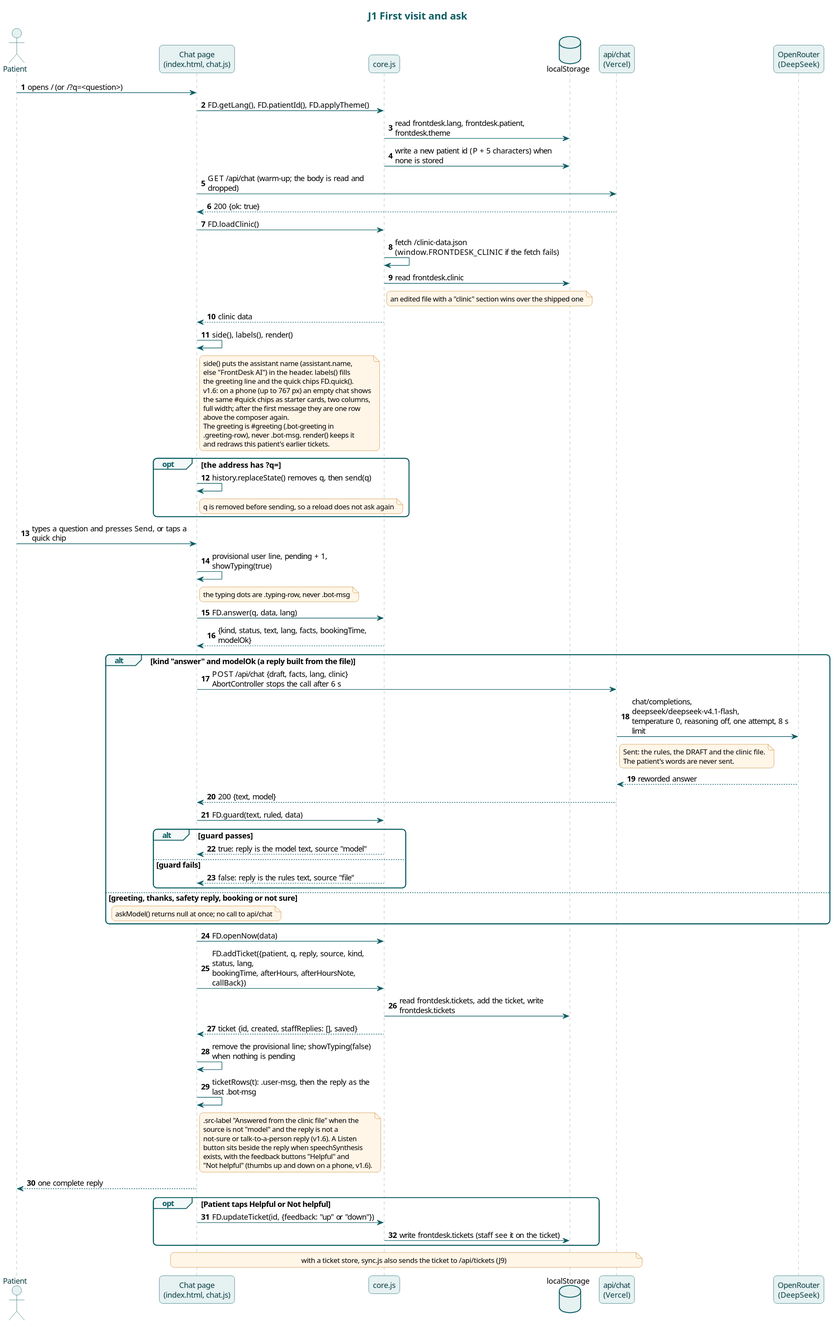
Above: docs/diagrams/j1-first-visit-and-ask.svg in karwasanjay007/frontdesk-ai-docs (PlantUML), before the change.
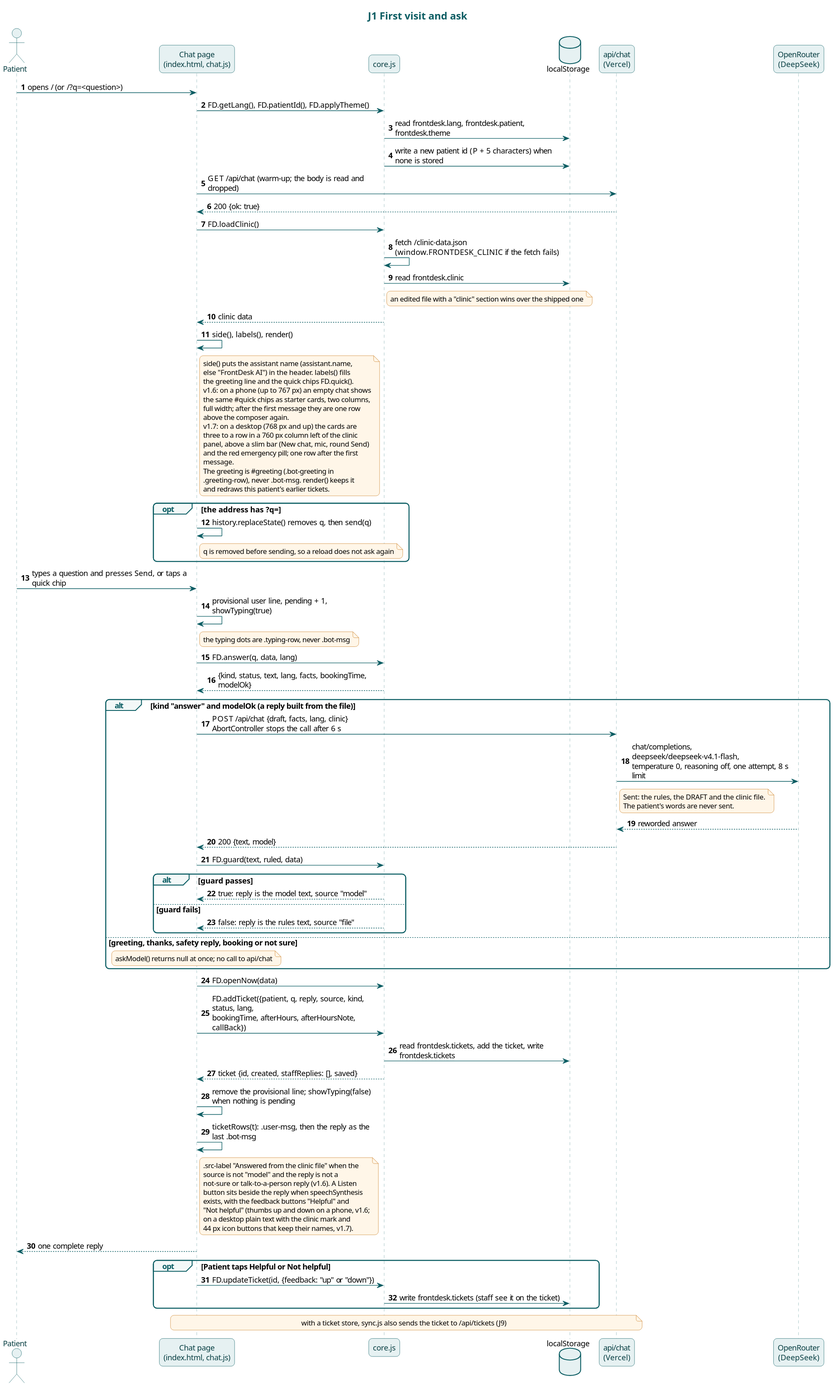
Above is the later version.

The edit, as a diff of the source:
```diff
@@ -29,6 +29,11 @@
 the same #quick chips as starter cards, two columns,
 full width; after the first message they are one row
 above the composer again.
+v1.7: on a desktop (768 px and up) the cards are
+three to a row in a 760 px column left of the clinic
+panel, above a slim bar (New chat, mic, round Send)
+and the red emergency pill; one row after the first
+message.
 The greeting is #greeting (.bot-greeting in
 .greeting-row), never .bot-msg. render() keeps it
 and redraws this patient's earlier tickets.
@@ -76,7 +81,9 @@
 not-sure or talk-to-a-person reply (v1.6). A Listen
 button sits beside the reply when speechSynthesis
 exists, with the feedback buttons "Helpful" and
-"Not helpful" (thumbs up and down on a phone, v1.6).
+"Not helpful" (thumbs up and down on a phone, v1.6;
+on a desktop plain text with the clinic mark and
+44 px icon buttons that keep their names, v1.7).
 end note
 Chat --> Patient : one complete reply
 opt Patient taps Helpful or Not helpful
```
